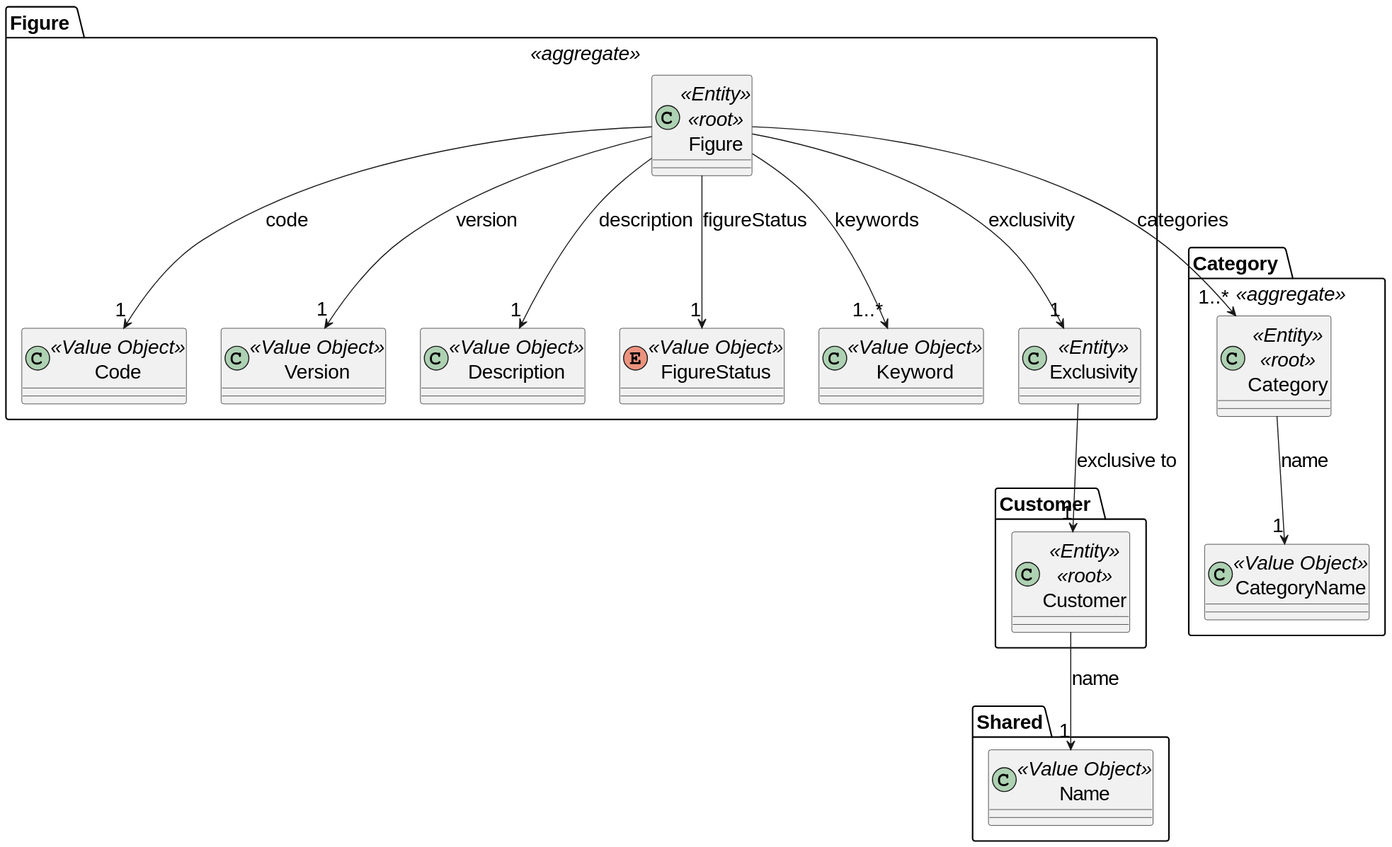
Earlier version of the PlantUML export docs/SPRINT_2/US232/images/domain_model_us232.svg (diogoveirospro/sem4pi-2024-2025-sem4pi_2024_2025_g44).
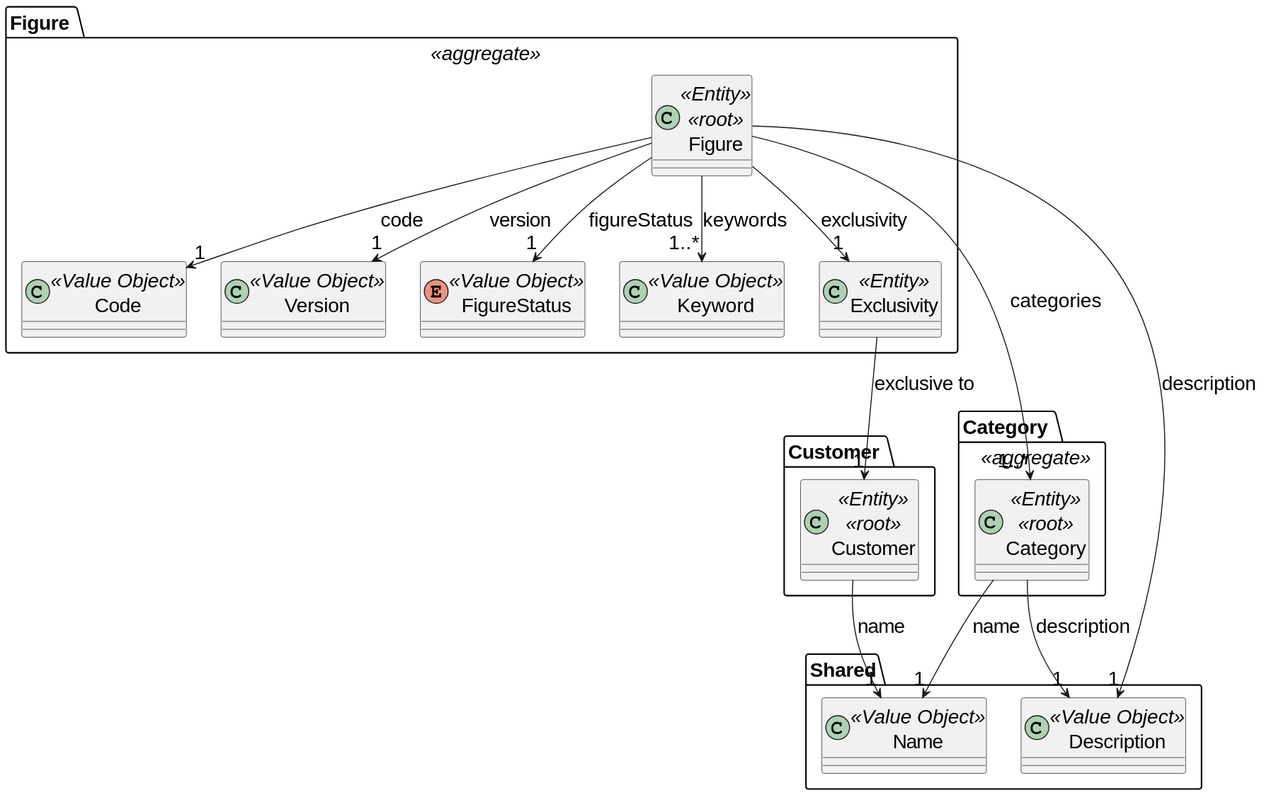
The same file after the commit.

Diff of the diagram source:
```diff
@@ -18,9 +18,6 @@
     class Version <<Value Object>>{
     }
 
-    class Description <<Value Object>>{
-    }
-
     enum FigureStatus <<Value Object>>{
     }
 
@@ -35,7 +32,6 @@
     Figure --> "1" Exclusivity: exclusivity
     Figure --> "1" Code: code
     Figure --> "1" Version: version
-    Figure --> "1" Description: description
     Figure --> "1" FigureStatus: figureStatus
 
     Exclusivity --> "1" Customer: exclusive to
@@ -46,17 +42,21 @@
     class Category <<Entity>> <<root>>{
     }
 
-    class CategoryName <<Value Object>>{
-    }
-
-    Category --> "1" CategoryName: name
-
     Figure --> "1..*" Category: categories
 }
 
 package Shared {
+
     class Name <<Value Object>>{
     }
+
+    class Description <<Value Object>>{
+    }
+
+    Category --> "1" Name: name
+    Category --> "1" Description: description
+
+    Figure ----> "1" Description: description
 
     Customer --> "1" Name: name
 }
```
